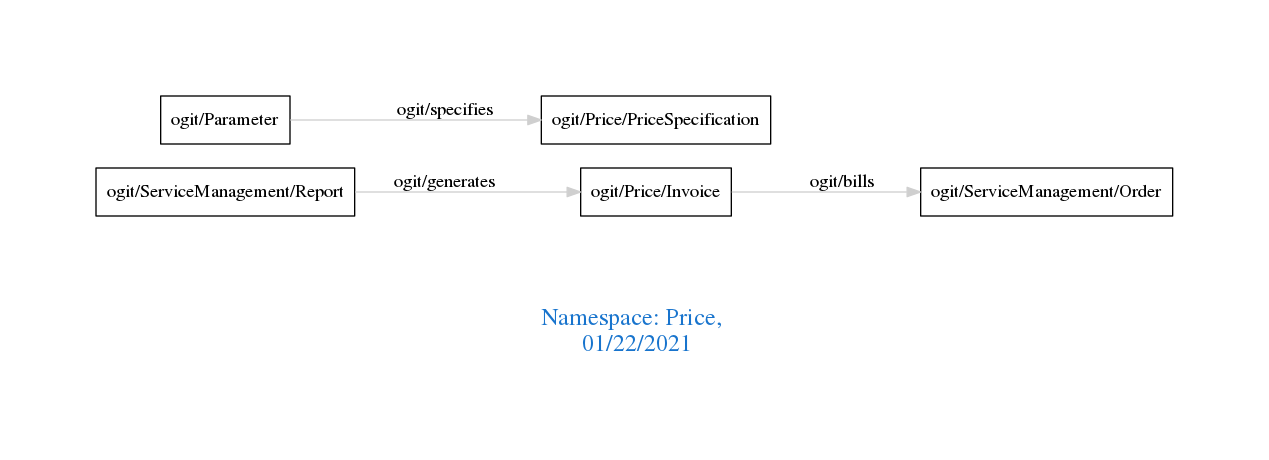
This is downloads/Price.png from arago/OGIT, a Graphviz export, as it was before one commit. Its source is kept beside it as downloads/Price.dot.
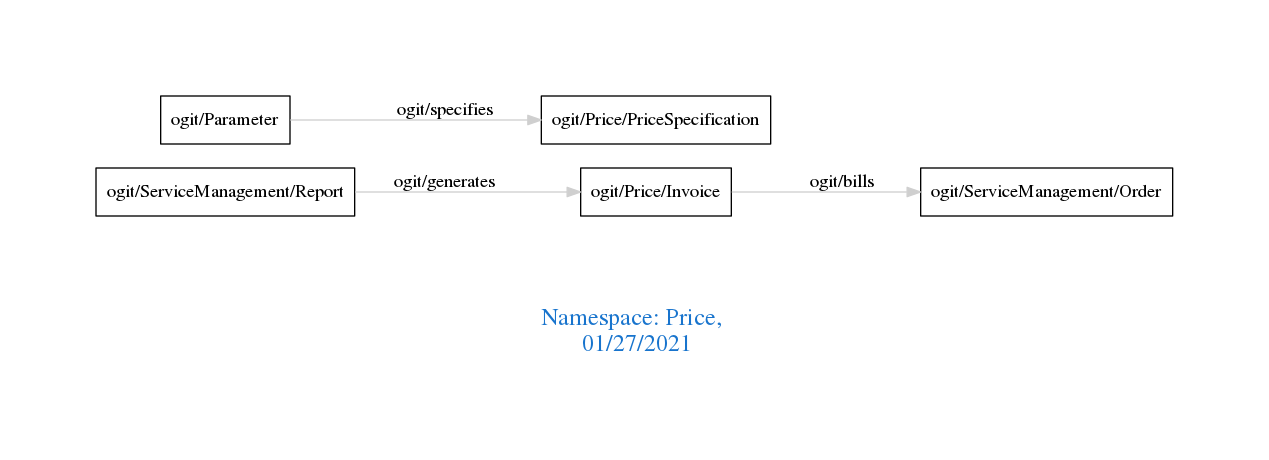
The same file after the commit.

Diff of the diagram source:
```diff
@@ -1,7 +1,7 @@
 digraph OGIT_ontology {
  graph [ rankdir= LR,pad=1
 fontsize = 18,
-fontcolor= dodgerblue3,label = "\n\n\nNamespace: Price, \n 01/22/2021"];
+fontcolor= dodgerblue3,label = "\n\n\nNamespace: Price, \n 01/27/2021"];
 node[shape=polygon];
 edge [  color="gray81"];
 
```
